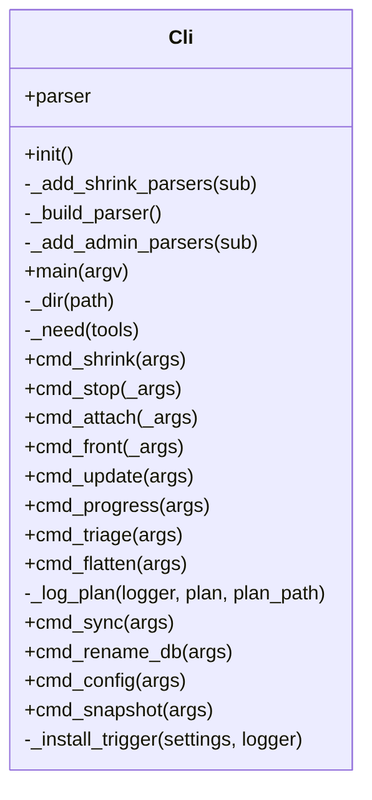
This is docs/img/uml_cli.png from peddanet/mediatools, a Mermaid export, as it was before one commit. Its source is kept beside it as docs/img/uml_cli.mmd.
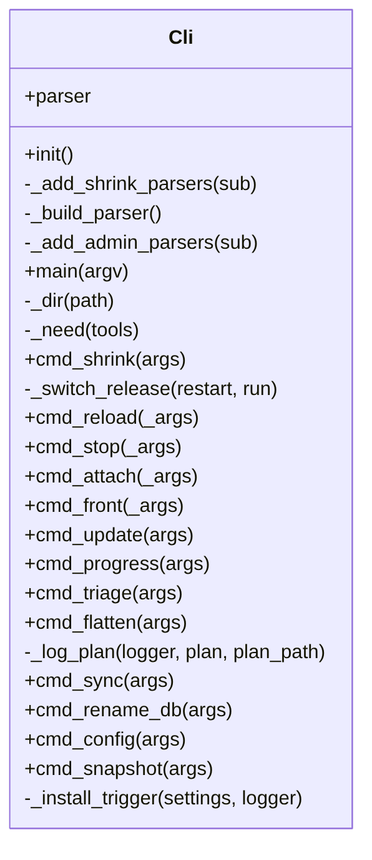
After the commit.

Change to the diagram source:
```diff
@@ -10,6 +10,8 @@
     -_dir(path)
     -_need(tools)
     +cmd_shrink(args)
+    -_switch_release(restart, run)
+    +cmd_reload(_args)
     +cmd_stop(_args)
     +cmd_attach(_args)
     +cmd_front(_args)
```
